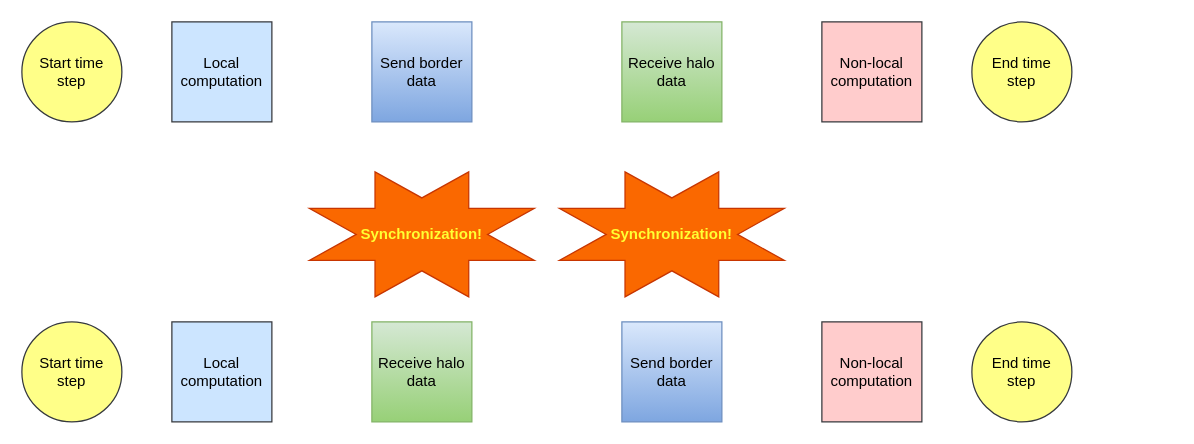
This is content/diagrams/non-blocking-style stencil application.drawio from ENCCS/intermediate-mpi, a draw.io file, before an edit. Source tidied: cells renumbered, new cells numbered last; positions are measured from the earlier drawing's top-left corner, leaving out a move shared by most shapes. Both pictures are drawn from the tidied source at 125%, with x=0, y=0 at pixel (21, 21).
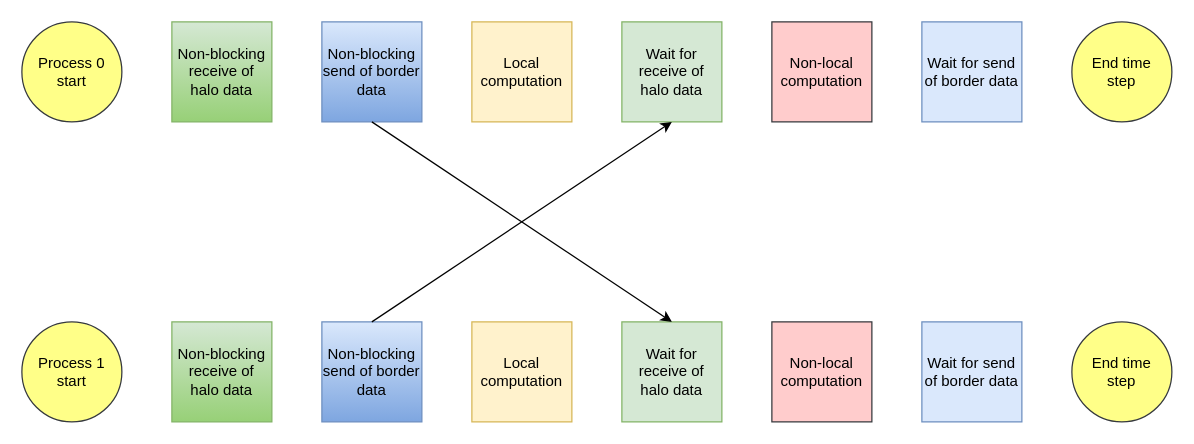
After the change.

Change to the diagram source:
```diff
@@
 <mxGraphModel>
   <root>
     <mxCell id="0" />
     <mxCell id="1" parent="0" />
-    <mxCell id="2" value="Local computation" style="rounded=0;whiteSpace=wrap;html=1;fillColor=#cce5ff;strokeColor=#36393d;" parent="1" vertex="1">
-      <mxGeometry x="120" width="80" height="80" as="geometry" />
+    <mxCell id="2" value="Local computation" style="rounded=0;whiteSpace=wrap;html=1;fillColor=#fff2cc;strokeColor=#d6b656;" parent="1" vertex="1">
+      <mxGeometry x="360" width="80" height="80" as="geometry" />
     </mxCell>
-    <mxCell id="3" value="Send border data" style="rounded=0;whiteSpace=wrap;html=1;fillColor=#dae8fc;strokeColor=#6c8ebf;gradientColor=#7ea6e0;" parent="1" vertex="1">
-      <mxGeometry x="280" width="80" height="80" as="geometry" />
-    </mxCell>
-    <mxCell id="4" value="Receive halo data" style="rounded=0;whiteSpace=wrap;html=1;fillColor=#d5e8d4;strokeColor=#82b366;gradientColor=#97d077;" parent="1" vertex="1">
-      <mxGeometry x="480" width="80" height="80" as="geometry" />
-    </mxCell>
     <mxCell id="5" value="Non-local computation" style="rounded=0;whiteSpace=wrap;html=1;fillColor=#ffcccc;strokeColor=#36393d;" parent="1" vertex="1">
-      <mxGeometry x="640" width="80" height="80" as="geometry" />
+      <mxGeometry x="600" width="80" height="80" as="geometry" />
     </mxCell>
-    <mxCell id="6" value="Start time&lt;br&gt;step" style="ellipse;whiteSpace=wrap;html=1;fillColor=#ffff88;strokeColor=#36393d;" parent="1" vertex="1">
+    <mxCell id="6" value="Process 0&lt;br&gt;start" style="ellipse;whiteSpace=wrap;html=1;fillColor=#ffff88;strokeColor=#36393d;" parent="1" vertex="1">
       <mxGeometry width="80" height="80" as="geometry" />
     </mxCell>
     <mxCell id="7" value="End time&lt;br&gt;step" style="ellipse;whiteSpace=wrap;html=1;fillColor=#ffff88;strokeColor=#36393d;" parent="1" vertex="1">
-      <mxGeometry x="760" width="80" height="80" as="geometry" />
+      <mxGeometry x="840" width="80" height="80" as="geometry" />
     </mxCell>
-    <mxCell id="8" value="Local computation" style="rounded=0;whiteSpace=wrap;html=1;fillColor=#cce5ff;strokeColor=#36393d;" parent="1" vertex="1">
-      <mxGeometry x="120" y="240" width="80" height="80" as="geometry" />
+    <mxCell id="8" value="Local computation" style="rounded=0;whiteSpace=wrap;html=1;fillColor=#fff2cc;strokeColor=#d6b656;" parent="1" vertex="1">
+      <mxGeometry x="360" y="240" width="80" height="80" as="geometry" />
     </mxCell>
-    <mxCell id="9" value="Send border data" style="rounded=0;whiteSpace=wrap;html=1;fillColor=#dae8fc;strokeColor=#6c8ebf;gradientColor=#7ea6e0;" parent="1" vertex="1">
-      <mxGeometry x="480" y="240" width="80" height="80" as="geometry" />
-    </mxCell>
-    <mxCell id="10" value="Receive halo data" style="rounded=0;whiteSpace=wrap;html=1;fillColor=#d5e8d4;strokeColor=#82b366;gradientColor=#97d077;" parent="1" vertex="1">
-      <mxGeometry x="280" y="240" width="80" height="80" as="geometry" />
-    </mxCell>
     <mxCell id="11" value="Non-local computation" style="rounded=0;whiteSpace=wrap;html=1;fillColor=#ffcccc;strokeColor=#36393d;" parent="1" vertex="1">
-      <mxGeometry x="640" y="240" width="80" height="80" as="geometry" />
+      <mxGeometry x="600" y="240" width="80" height="80" as="geometry" />
     </mxCell>
-    <mxCell id="12" value="Start time&lt;br&gt;step" style="ellipse;whiteSpace=wrap;html=1;fillColor=#ffff88;strokeColor=#36393d;" parent="1" vertex="1">
+    <mxCell id="12" value="Process 1&lt;br&gt;start" style="ellipse;whiteSpace=wrap;html=1;fillColor=#ffff88;strokeColor=#36393d;" parent="1" vertex="1">
       <mxGeometry y="240" width="80" height="80" as="geometry" />
     </mxCell>
     <mxCell id="13" value="End time&lt;br&gt;step" style="ellipse;whiteSpace=wrap;html=1;fillColor=#ffff88;strokeColor=#36393d;" parent="1" vertex="1">
-      <mxGeometry x="760" y="240" width="80" height="80" as="geometry" />
+      <mxGeometry x="840" y="240" width="80" height="80" as="geometry" />
     </mxCell>
-    <mxCell id="14" style="verticalLabelPosition=bottom;verticalAlign=top;html=1;shape=mxgraph.basic.8_point_star;fillColor=#fa6800;strokeColor=#C73500;fontColor=#ffffff;" parent="1" vertex="1">
-      <mxGeometry x="230" y="120" width="180" height="100" as="geometry" />
-    </mxCell>
-    <mxCell id="15" value="Synchronization!" style="text;html=1;strokeColor=none;fillColor=none;align=center;verticalAlign=middle;whiteSpace=wrap;rounded=0;fontColor=#FFFF33;fontStyle=1;" parent="1" vertex="1">
-      <mxGeometry x="300" y="160" width="40" height="20" as="geometry" />
-    </mxCell>
-    <mxCell id="16" style="verticalLabelPosition=bottom;verticalAlign=top;html=1;shape=mxgraph.basic.8_point_star;fillColor=#fa6800;strokeColor=#C73500;fontColor=#ffffff;" parent="1" vertex="1">
-      <mxGeometry x="430" y="120" width="180" height="100" as="geometry" />
-    </mxCell>
-    <mxCell id="17" value="Synchronization!" style="text;html=1;strokeColor=none;fillColor=none;align=center;verticalAlign=middle;whiteSpace=wrap;rounded=0;fontColor=#FFFF33;fontStyle=1;" parent="1" vertex="1">
-      <mxGeometry x="500" y="160" width="40" height="20" as="geometry" />
-    </mxCell>
+    <mxCell id="18" value="Non-blocking receive of halo data" style="rounded=0;whiteSpace=wrap;html=1;fillColor=#d5e8d4;strokeColor=#82b366;gradientColor=#97d077;" parent="1" vertex="1">
+      <mxGeometry x="120" y="240" width="80" height="80" as="geometry" />
+    </mxCell>
+    <mxCell id="19" value="Non-blocking send of border data" style="rounded=0;whiteSpace=wrap;html=1;fillColor=#dae8fc;strokeColor=#6c8ebf;gradientColor=#7ea6e0;" parent="1" vertex="1">
+      <mxGeometry x="240" y="240" width="80" height="80" as="geometry" />
+    </mxCell>
+    <mxCell id="20" value="Non-blocking send of border data" style="rounded=0;whiteSpace=wrap;html=1;fillColor=#dae8fc;strokeColor=#6c8ebf;gradientColor=#7ea6e0;" parent="1" vertex="1">
+      <mxGeometry x="240" width="80" height="80" as="geometry" />
+    </mxCell>
+    <mxCell id="21" value="Non-blocking receive of halo data" style="rounded=0;whiteSpace=wrap;html=1;fillColor=#d5e8d4;strokeColor=#82b366;gradientColor=#97d077;" parent="1" vertex="1">
+      <mxGeometry x="120" width="80" height="80" as="geometry" />
+    </mxCell>
+    <mxCell id="22" value="Wait for receive of halo data" style="whiteSpace=wrap;html=1;fillColor=#d5e8d4;strokeColor=#82b366;" parent="1" vertex="1">
+      <mxGeometry x="480" width="80" height="80" as="geometry" />
+    </mxCell>
+    <mxCell id="23" value="Wait for send of border data" style="whiteSpace=wrap;html=1;fillColor=#dae8fc;strokeColor=#6c8ebf;" parent="1" vertex="1">
+      <mxGeometry x="720" width="80" height="80" as="geometry" />
+    </mxCell>
+    <mxCell id="24" value="Wait for receive of halo data" style="whiteSpace=wrap;html=1;fillColor=#d5e8d4;strokeColor=#82b366;" parent="1" vertex="1">
+      <mxGeometry x="480" y="240" width="80" height="80" as="geometry" />
+    </mxCell>
+    <mxCell id="25" value="Wait for send of border data" style="whiteSpace=wrap;html=1;fillColor=#dae8fc;strokeColor=#6c8ebf;" parent="1" vertex="1">
+      <mxGeometry x="720" y="240" width="80" height="80" as="geometry" />
+    </mxCell>
+    <mxCell id="26" style="endArrow=classic;html=1;exitX=0.5;exitY=1;exitDx=0;exitDy=0;entryX=0.5;entryY=0;entryDx=0;entryDy=0;" parent="1" edge="1" source="20" target="24">
+      <mxGeometry relative="1" as="geometry" />
+    </mxCell>
+    <mxCell id="27" style="endArrow=classic;html=1;exitX=0.5;exitY=0;exitDx=0;exitDy=0;entryX=0.5;entryY=1;entryDx=0;entryDy=0;" parent="1" edge="1" source="19" target="22">
+      <mxGeometry relative="1" as="geometry" />
+    </mxCell>
   </root>
 </mxGraphModel>
```
